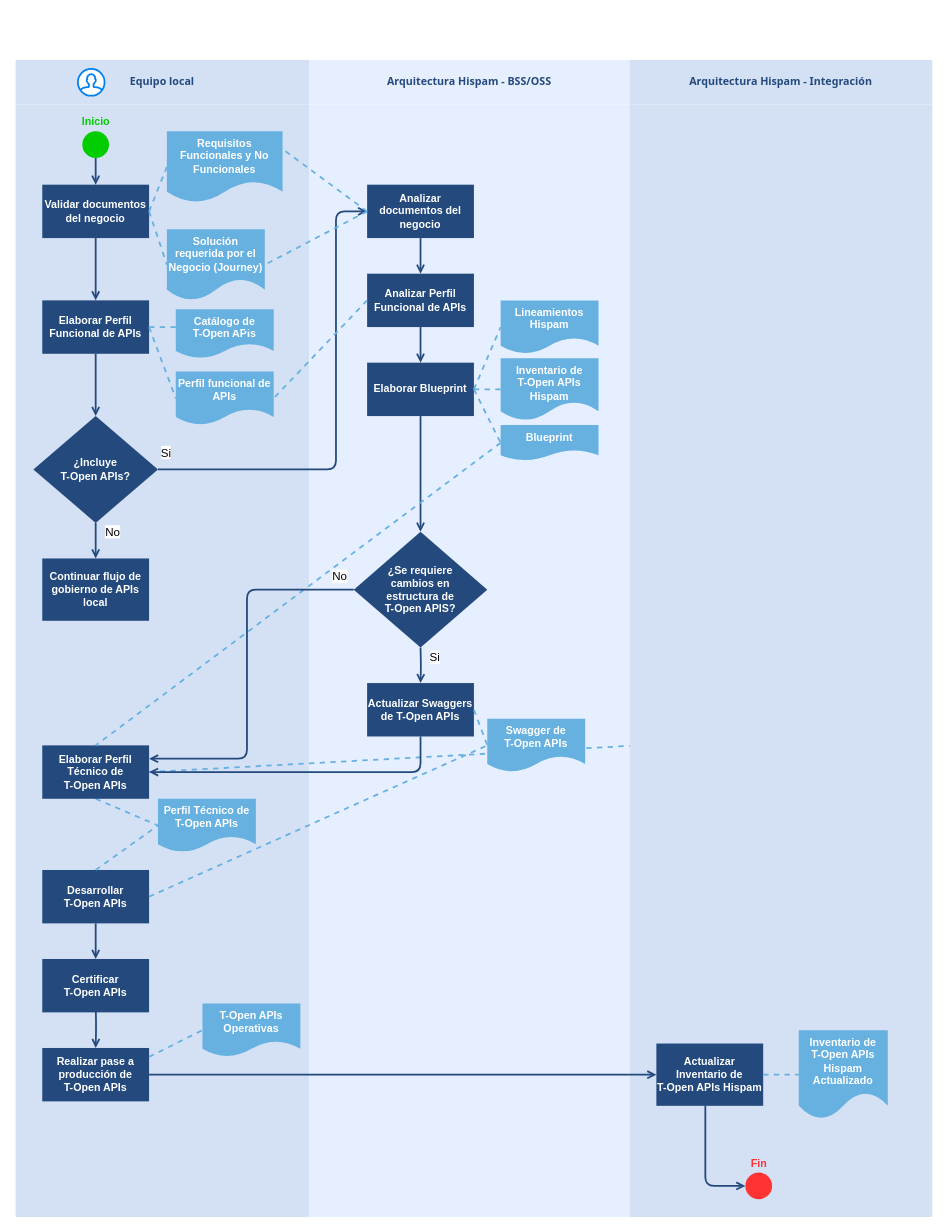
The draw.io diagram Gobierno de APIs v1.0.drawio in mnunezw/Gobierno-de-APIs, before the edit. Source tidied: cells renumbered, new cells numbered last; positions are measured from the earlier drawing's top-left corner, leaving out a move shared by most shapes. Both pictures are drawn from the tidied source at 89%, with x=0, y=0 at pixel (15, 60). Pictures stored in the file or linked from it are replaced by grey dashed boxes.
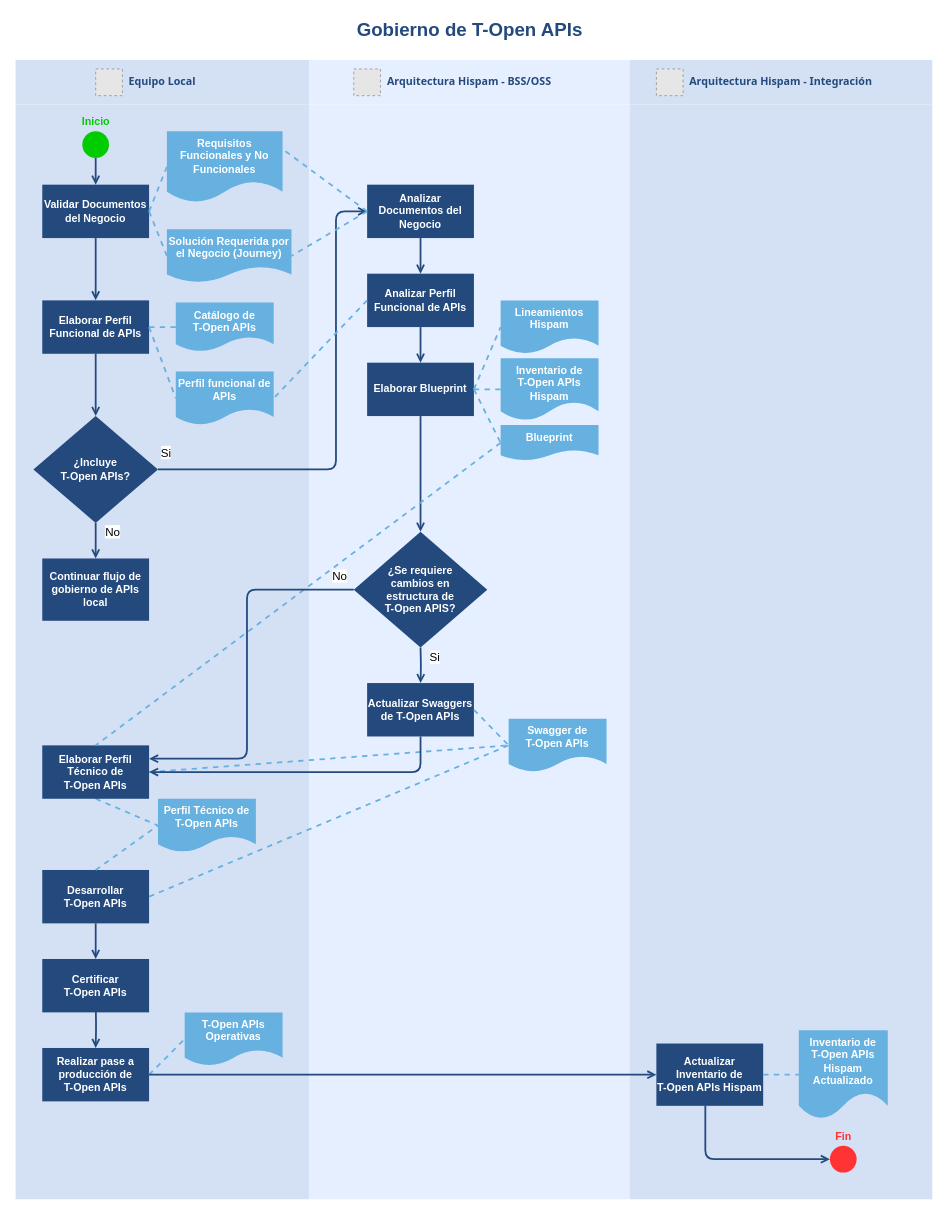
Above is the later version.

The change refers to these unchanged cells:
```xml
<mxCell id="4" value="Elaborar Perfil Funcional de APIs" style="whiteSpace=wrap;strokeColor=none;fillColor=#23497D;shadow=0;fontColor=#FFFFFF;fontFamily=Helvetica;fontStyle=1;html=1;fontSize=12;" parent="2" vertex="1">
  <mxGeometry x="30" y="270" width="120" height="60" as="geometry" />
</mxCell>
<mxCell id="20" value="Elaborar Perfil Técnico de&lt;br&gt;T-Open APIs" style="whiteSpace=wrap;strokeColor=none;fillColor=#23497D;shadow=0;fontColor=#FFFFFF;fontFamily=Helvetica;fontStyle=1;html=1;fontSize=12;" parent="2" vertex="1">
  <mxGeometry x="30" y="770" width="120" height="60" as="geometry" />
</mxCell>
<mxCell id="28" value="Realizar pase a producción de&lt;br&gt;T-Open APIs" style="whiteSpace=wrap;strokeColor=none;fillColor=#23497D;shadow=0;fontColor=#FFFFFF;fontFamily=Helvetica;fontStyle=1;html=1;fontSize=12;" parent="2" vertex="1">
  <mxGeometry x="30" y="1110" width="120" height="60" as="geometry" />
</mxCell>
<mxCell id="61" value="Actualizar Inventario de&lt;br&gt;T-Open APIs Hispam" style="whiteSpace=wrap;strokeColor=none;fillColor=#23497D;shadow=0;fontColor=#FFFFFF;fontFamily=Helvetica;fontStyle=1;html=1;fontSize=12;" parent="60" vertex="1">
  <mxGeometry x="30" y="1105" width="120" height="70" as="geometry" />
</mxCell>
```

The edit, as a diff of the source:
```diff
@@
-    <mxCell id="2" value="&lt;font color=&quot;#23497d&quot;&gt;Equipo local&lt;/font&gt;" style="swimlane;whiteSpace=wrap;fillColor=#D4E1F5;swimlaneFillColor=#D4E1F5;fontColor=#660000;fontFamily=Tahoma;html=1;strokeColor=none;startSize=50;" parent="1" vertex="1">
-      <mxGeometry width="330" height="1300" as="geometry" />
+    <mxCell id="2" value="&lt;font color=&quot;#23497d&quot;&gt;Equipo Local&lt;/font&gt;" style="swimlane;whiteSpace=wrap;fillColor=#D4E1F5;swimlaneFillColor=#D4E1F5;fontColor=#660000;fontFamily=Tahoma;html=1;strokeColor=none;startSize=50;" parent="1" vertex="1">
+      <mxGeometry width="330" height="1280" as="geometry" />
     </mxCell>
-    <mxCell id="3" value="Validar documentos del negocio" style="whiteSpace=wrap;shadow=0;fontColor=#FFFFFF;fontFamily=Helvetica;fontStyle=1;html=1;fontSize=12;plain-purple;strokeColor=none;fillColor=#23497D;gradientColor=none;" parent="2" vertex="1">
+    <mxCell id="3" value="Validar Documentos del Negocio" style="whiteSpace=wrap;shadow=0;fontColor=#FFFFFF;fontFamily=Helvetica;fontStyle=1;html=1;fontSize=12;plain-purple;strokeColor=none;fillColor=#23497D;gradientColor=none;" parent="2" vertex="1">
       <mxGeometry x="30" y="140" width="120" height="60" as="geometry" />
     </mxCell>
@@
-    <mxCell id="6" style="html=1;verticalLabelPosition=bottom;align=center;labelBackgroundColor=#ffffff;verticalAlign=top;strokeWidth=2;strokeColor=#0080F0;shadow=0;dashed=0;shape=mxgraph.ios7.icons.user;fontColor=#FFFFFF;" parent="2" vertex="1">
-      <mxGeometry x="70" y="10" width="30" height="30" as="geometry" />
-    </mxCell>
-    <mxCell id="7" value="Solución requerida por el Negocio (Journey)" style="shape=document;whiteSpace=wrap;verticalAlign=top;strokeColor=none;fillColor=#67B1E1;shadow=0;fontColor=#FFFFFF;fontFamily=Helvetica;fontStyle=1;html=1;fontSize=12;" parent="2" vertex="1">
-      <mxGeometry x="170" y="190" width="110" height="80" as="geometry" />
+    <mxCell id="7" value="Solución Requerida por el Negocio (Journey)" style="shape=document;whiteSpace=wrap;verticalAlign=top;strokeColor=none;fillColor=#67B1E1;shadow=0;fontColor=#FFFFFF;fontFamily=Helvetica;fontStyle=1;html=1;fontSize=12;" parent="2" vertex="1">
+      <mxGeometry x="170" y="190" width="140" height="60" as="geometry" />
     </mxCell>
@@
     <mxCell id="30" value="T-Open APIs Operativas" style="shape=document;whiteSpace=wrap;verticalAlign=top;strokeColor=none;fillColor=#67B1E1;shadow=0;fontColor=#FFFFFF;fontFamily=Helvetica;fontStyle=1;html=1;fontSize=12;" parent="2" vertex="1">
-      <mxGeometry x="210" y="1060" width="110" height="60" as="geometry" />
+      <mxGeometry x="190" y="1070" width="110" height="60" as="geometry" />
     </mxCell>
-    <mxCell id="31" style="endArrow=none;html=1;fontColor=#FFFFFF;shadow=0;fontSize=12;fontStyle=1;verticalAlign=middle;strokeColor=#67B1E1;fillColor=#008a00;entryX=0;entryY=0.5;entryDx=0;entryDy=0;strokeWidth=2;exitX=0.5;exitY=0;exitDx=0;exitDy=0;dashed=1;" parent="2" edge="1" target="30">
-      <mxGeometry relative="1" as="geometry">
-        <mxPoint x="150" y="1120" as="sourcePoint" />
-      </mxGeometry>
+    <mxCell id="31" style="endArrow=none;html=1;fontColor=#FFFFFF;shadow=0;fontSize=12;fontStyle=1;verticalAlign=middle;strokeColor=#67B1E1;fillColor=#008a00;entryX=0;entryY=0.5;entryDx=0;entryDy=0;strokeWidth=2;exitX=1;exitY=0.5;exitDx=0;exitDy=0;dashed=1;" parent="2" edge="1" source="28" target="30">
+      <mxGeometry relative="1" as="geometry" />
     </mxCell>
     <mxCell id="32" value="Catálogo de&lt;br&gt;T-Open APIs" style="shape=document;whiteSpace=wrap;verticalAlign=top;strokeColor=none;fillColor=#67B1E1;shadow=0;fontColor=#FFFFFF;fontFamily=Helvetica;fontStyle=1;html=1;fontSize=12;" parent="2" vertex="1">
-      <mxGeometry x="180" y="280" width="110" height="55" as="geometry" />
+      <mxGeometry x="180" y="272.5" width="110" height="55" as="geometry" />
     </mxCell>
-    <mxCell id="33" style="endArrow=none;html=1;fontColor=#FFFFFF;shadow=0;fontSize=12;fontStyle=1;verticalAlign=middle;strokeColor=#67B1E1;fillColor=#008a00;entryX=1;entryY=0.5;entryDx=0;entryDy=0;strokeWidth=2;dashed=1;" parent="2" edge="1" target="32">
-      <mxGeometry relative="1" as="geometry">
-        <mxPoint x="150" y="300" as="sourcePoint" />
-        <Array as="points">
-          <mxPoint x="230" y="300" />
-        </Array>
-      </mxGeometry>
-    </mxCell>
+    <mxCell id="72" style="fillColor=#E6E6E6;strokeColor=#999999;dashed=1;html=1;verticalAlign=top;verticalLabelPosition=bottom;labelBackgroundColor=#ffffff;fontSize=13;fontColor=#FF3333;" parent="2" vertex="1">
+      <mxGeometry x="90" y="10" width="30" height="30" as="geometry" />
+    </mxCell>
+    <mxCell id="73" style="endArrow=none;html=1;fontColor=#FFFFFF;shadow=0;fontSize=12;fontStyle=1;verticalAlign=middle;strokeColor=#67B1E1;fillColor=#008a00;entryX=0;entryY=0.5;entryDx=0;entryDy=0;strokeWidth=2;exitX=1;exitY=0.5;exitDx=0;exitDy=0;dashed=1;" parent="2" edge="1" source="4" target="32">
+      <mxGeometry relative="1" as="geometry" />
+    </mxCell>
     <mxCell id="34" value="&lt;font color=&quot;#23497d&quot;&gt;Arquitectura Hispam -&amp;nbsp;BSS/OSS&lt;/font&gt;" style="swimlane;whiteSpace=wrap;fillColor=#E6EFFF;swimlaneFillColor=#E6EFFF;fontColor=#660000;fontFamily=Tahoma;html=1;strokeColor=none;startSize=50;" parent="1" vertex="1">
-      <mxGeometry x="330" width="360" height="1300" as="geometry" />
+      <mxGeometry x="330" width="360" height="1280" as="geometry" />
     </mxCell>
-    <mxCell id="35" value="Analizar documentos del negocio" style="whiteSpace=wrap;shadow=0;fontColor=#FFFFFF;fontFamily=Helvetica;fontStyle=1;html=1;fontSize=12;plain-purple;strokeColor=none;fillColor=#23497D;gradientColor=none;" parent="34" vertex="1">
+    <mxCell id="35" value="Analizar Documentos del Negocio" style="whiteSpace=wrap;shadow=0;fontColor=#FFFFFF;fontFamily=Helvetica;fontStyle=1;html=1;fontSize=12;plain-purple;strokeColor=none;fillColor=#23497D;gradientColor=none;" parent="34" vertex="1">
       <mxGeometry x="65" y="140" width="120" height="60" as="geometry" />
     </mxCell>
@@
     <mxCell id="50" value="Swagger de&lt;br&gt;T-Open APIs" style="shape=document;whiteSpace=wrap;verticalAlign=top;strokeColor=none;fillColor=#67B1E1;shadow=0;fontColor=#FFFFFF;fontFamily=Helvetica;fontStyle=1;html=1;fontSize=12;" parent="34" vertex="1">
-      <mxGeometry x="200" y="740" width="110" height="60" as="geometry" />
+      <mxGeometry x="224" y="740" width="110" height="60" as="geometry" />
     </mxCell>
@@
+    <mxCell id="74" style="fillColor=#E6E6E6;strokeColor=#999999;dashed=1;html=1;verticalAlign=top;verticalLabelPosition=bottom;labelBackgroundColor=#ffffff;fontSize=13;fontColor=#FF3333;" parent="34" vertex="1">
+      <mxGeometry x="50" y="10" width="30" height="30" as="geometry" />
+    </mxCell>
@@
-    <mxCell id="59" style="endArrow=none;html=1;fontColor=#FFFFFF;shadow=0;fontSize=12;fontStyle=1;verticalAlign=middle;strokeColor=#67B1E1;fillColor=#008a00;entryX=0;entryY=0.5;entryDx=0;entryDy=0;strokeWidth=2;exitX=1;exitY=0.5;exitDx=0;exitDy=0;dashed=1;" parent="1" edge="1" source="20">
-      <mxGeometry relative="1" as="geometry">
-        <mxPoint x="700" y="770" as="targetPoint" />
-      </mxGeometry>
+    <mxCell id="59" style="endArrow=none;html=1;fontColor=#FFFFFF;shadow=0;fontSize=12;fontStyle=1;verticalAlign=middle;strokeColor=#67B1E1;fillColor=#008a00;entryX=0;entryY=0.5;entryDx=0;entryDy=0;strokeWidth=2;exitX=1;exitY=0.5;exitDx=0;exitDy=0;dashed=1;" parent="1" edge="1" source="20" target="50">
+      <mxGeometry relative="1" as="geometry" />
     </mxCell>
-    <mxCell id="60" value="&lt;span style=&quot;color: rgb(35 , 73 , 125)&quot;&gt;Arquitectura Hispam - Integración&lt;/span&gt;" style="swimlane;whiteSpace=wrap;fillColor=#D4E1F5;swimlaneFillColor=#D4E1F5;fontColor=#660000;fontFamily=Tahoma;html=1;strokeColor=none;startSize=50;" parent="1" vertex="1">
-      <mxGeometry x="690" width="340" height="1300" as="geometry" />
+    <mxCell id="60" value="&lt;span style=&quot;color: rgb(35 , 73 , 125)&quot;&gt;Arquitectura Hispam - Integración&lt;/span&gt;" style="swimlane;whiteSpace=wrap;fillColor=#D4E1F5;swimlaneFillColor=#D4E1F5;fontColor=#660000;fontFamily=Tahoma;html=1;strokeColor=none;startSize=50;align=center;" parent="1" vertex="1">
+      <mxGeometry x="690" width="340" height="1280" as="geometry" />
     </mxCell>
@@
     <mxCell id="64" style="html=1;shape=mxgraph.flowchart.start_2;whiteSpace=wrap;fontColor=#FFFFFF;shadow=0;fontStyle=1;strokeColor=none;fillColor=#FF3333;" parent="60" vertex="1">
-      <mxGeometry x="130" y="1250" width="30" height="30" as="geometry" />
+      <mxGeometry x="225" y="1220" width="30" height="30" as="geometry" />
     </mxCell>
     <mxCell id="65" value="Fin" style="text;html=1;align=center;verticalAlign=middle;strokeColor=none;fillColor=none;fontColor=#FF3333;fontStyle=1;" parent="60" vertex="1">
-      <mxGeometry x="130" y="1230" width="30" height="20" as="geometry" />
+      <mxGeometry x="225" y="1200" width="30" height="20" as="geometry" />
     </mxCell>
     <mxCell id="66" style="edgeStyle=orthogonalEdgeStyle;rounded=1;jettySize=auto;html=1;fontSize=11;strokeColor=#23497D;strokeWidth=2;endFill=1;endArrow=open;" parent="60" edge="1" source="61" target="64">
       <mxGeometry relative="1" as="geometry">
         <Array as="points">
-          <mxPoint x="85" y="1265" />
+          <mxPoint x="85" y="1235" />
         </Array>
       </mxGeometry>
     </mxCell>
+    <mxCell id="75" style="fillColor=#E6E6E6;strokeColor=#999999;dashed=1;html=1;verticalAlign=top;verticalLabelPosition=bottom;labelBackgroundColor=#ffffff;fontSize=13;fontColor=#FF3333;" parent="60" vertex="1">
+      <mxGeometry x="30" y="10" width="30" height="30" as="geometry" />
+    </mxCell>
@@
+    <mxCell id="76" value="Gobierno de T-Open APIs" style="text;html=1;align=center;verticalAlign=middle;strokeColor=none;fillColor=none;fontSize=21;fontColor=#23497D;fontStyle=1;" parent="1" vertex="1">
+      <mxGeometry x="375" y="-50" width="270" height="30" as="geometry" />
+    </mxCell>
```
